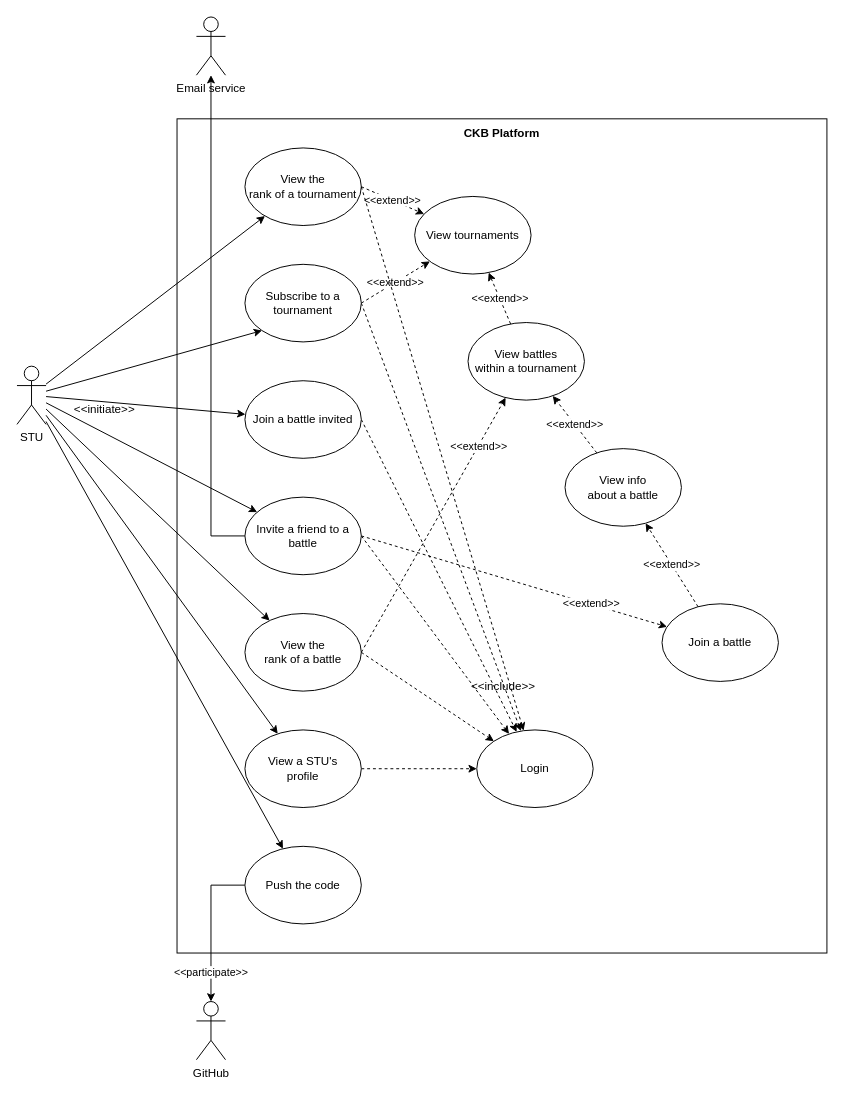
Above: page "STU" (3 of 3) of RASD/images/sequence_diagrams/use_case_diagrams.drawio in pontig/sw-eng-2-PasiniPontiggiaStasi (draw.io), before the change. Source tidied: cells renumbered, new cells numbered last; positions are measured from the earlier drawing's top-left corner, leaving out a move shared by most shapes. Both pictures are drawn from the tidied source at 97%, with x=0, y=0 at pixel (16, 16).
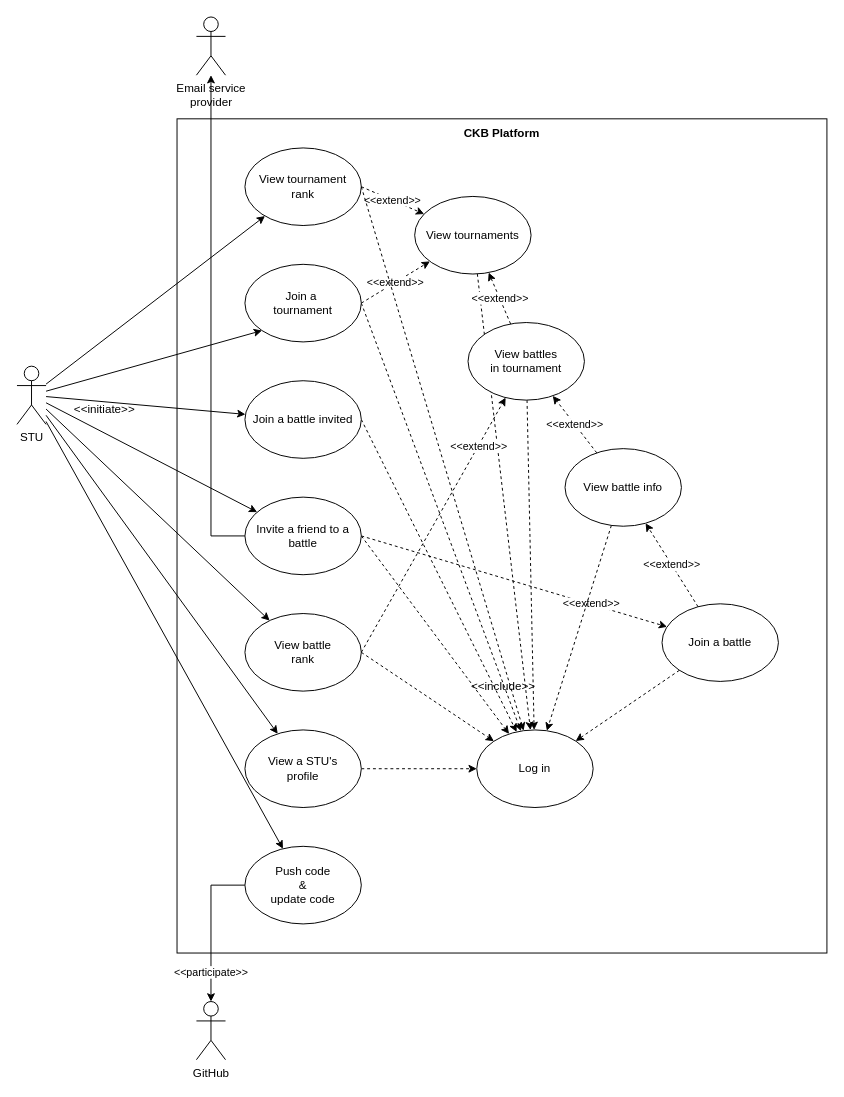
The same page after the edit.

Unchanged cells that the change refers to:
```xml
<mxCell id="15" value="View tournaments" style="ellipse;whiteSpace=wrap;html=1;" parent="1" vertex="1">
  <mxGeometry x="410" y="185" width="120" height="80" as="geometry" />
</mxCell>
<mxCell id="31" value="Join a battle" style="ellipse;whiteSpace=wrap;html=1;" parent="1" vertex="1">
  <mxGeometry x="665" y="605" width="120" height="80" as="geometry" />
</mxCell>
```

Change to the diagram source:
```diff
@@
-    <mxCell id="5" value="Subscribe to a tournament" style="ellipse;whiteSpace=wrap;html=1;" parent="1" vertex="1">
+    <mxCell id="5" value="Join a&amp;nbsp;&lt;br&gt;tournament" style="ellipse;whiteSpace=wrap;html=1;" parent="1" vertex="1">
       <mxGeometry x="235" y="255" width="120" height="80" as="geometry" />
     </mxCell>
@@
-    <mxCell id="13" value="Push the code" style="ellipse;whiteSpace=wrap;html=1;" parent="1" vertex="1">
+    <mxCell id="13" value="Push code&lt;br&gt;&amp;amp;&lt;br&gt;update code" style="ellipse;whiteSpace=wrap;html=1;" parent="1" vertex="1">
       <mxGeometry x="235" y="855" width="120" height="80" as="geometry" />
     </mxCell>
-    <mxCell id="14" value="Login" style="ellipse;whiteSpace=wrap;html=1;" parent="1" vertex="1">
+    <mxCell id="14" value="Log in" style="ellipse;whiteSpace=wrap;html=1;" parent="1" vertex="1">
       <mxGeometry x="474" y="735" width="120" height="80" as="geometry" />
     </mxCell>
+    <mxCell id="43" style="rounded=0;jettySize=auto;html=1;dashed=1;" parent="1" edge="1" source="15" target="14">
+      <mxGeometry relative="1" as="geometry" />
+    </mxCell>
@@
+    <mxCell id="44" style="rounded=0;jettySize=auto;html=1;dashed=1;" parent="1" edge="1" source="17" target="14">
+      <mxGeometry relative="1" as="geometry" />
+    </mxCell>
-    <mxCell id="17" value="View battles&lt;br&gt;within a tournament" style="ellipse;whiteSpace=wrap;html=1;" parent="1" vertex="1">
+    <mxCell id="17" value="View battles&lt;br&gt;in tournament" style="ellipse;whiteSpace=wrap;html=1;" parent="1" vertex="1">
       <mxGeometry x="465" y="315" width="120" height="80" as="geometry" />
     </mxCell>
@@
-    <mxCell id="28" value="Email service" style="shape=umlActor;verticalLabelPosition=bottom;verticalAlign=top;html=1;outlineConnect=0;" parent="1" vertex="1">
+    <mxCell id="28" value="Email service&lt;br&gt;provider" style="shape=umlActor;verticalLabelPosition=bottom;verticalAlign=top;html=1;outlineConnect=0;" parent="1" vertex="1">
       <mxGeometry x="185" width="30" height="60" as="geometry" />
     </mxCell>
@@
+    <mxCell id="45" style="rounded=0;jettySize=auto;html=1;dashed=1;" parent="1" edge="1" source="31" target="14">
+      <mxGeometry relative="1" as="geometry" />
+    </mxCell>
@@
-    <mxCell id="33" value="View the&lt;br&gt;rank of a battle" style="ellipse;whiteSpace=wrap;html=1;" parent="1" vertex="1">
+    <mxCell id="33" value="View battle&lt;br&gt;rank" style="ellipse;whiteSpace=wrap;html=1;" parent="1" vertex="1">
       <mxGeometry x="235" y="615" width="120" height="80" as="geometry" />
     </mxCell>
-    <mxCell id="34" value="View the&lt;br&gt;rank of a tournament" style="ellipse;whiteSpace=wrap;html=1;" parent="1" vertex="1">
+    <mxCell id="34" value="View tournament&lt;br&gt;rank" style="ellipse;whiteSpace=wrap;html=1;" parent="1" vertex="1">
       <mxGeometry x="235" y="135" width="120" height="80" as="geometry" />
     </mxCell>
@@
+    <mxCell id="46" style="rounded=0;jettySize=auto;html=1;dashed=1;" parent="1" edge="1" source="42" target="14">
+      <mxGeometry relative="1" as="geometry" />
+    </mxCell>
-    <mxCell id="42" value="View info&lt;br&gt;about a battle" style="ellipse;whiteSpace=wrap;html=1;" parent="1" vertex="1">
+    <mxCell id="42" value="View battle info" style="ellipse;whiteSpace=wrap;html=1;" parent="1" vertex="1">
       <mxGeometry x="565" y="445" width="120" height="80" as="geometry" />
     </mxCell>
```
